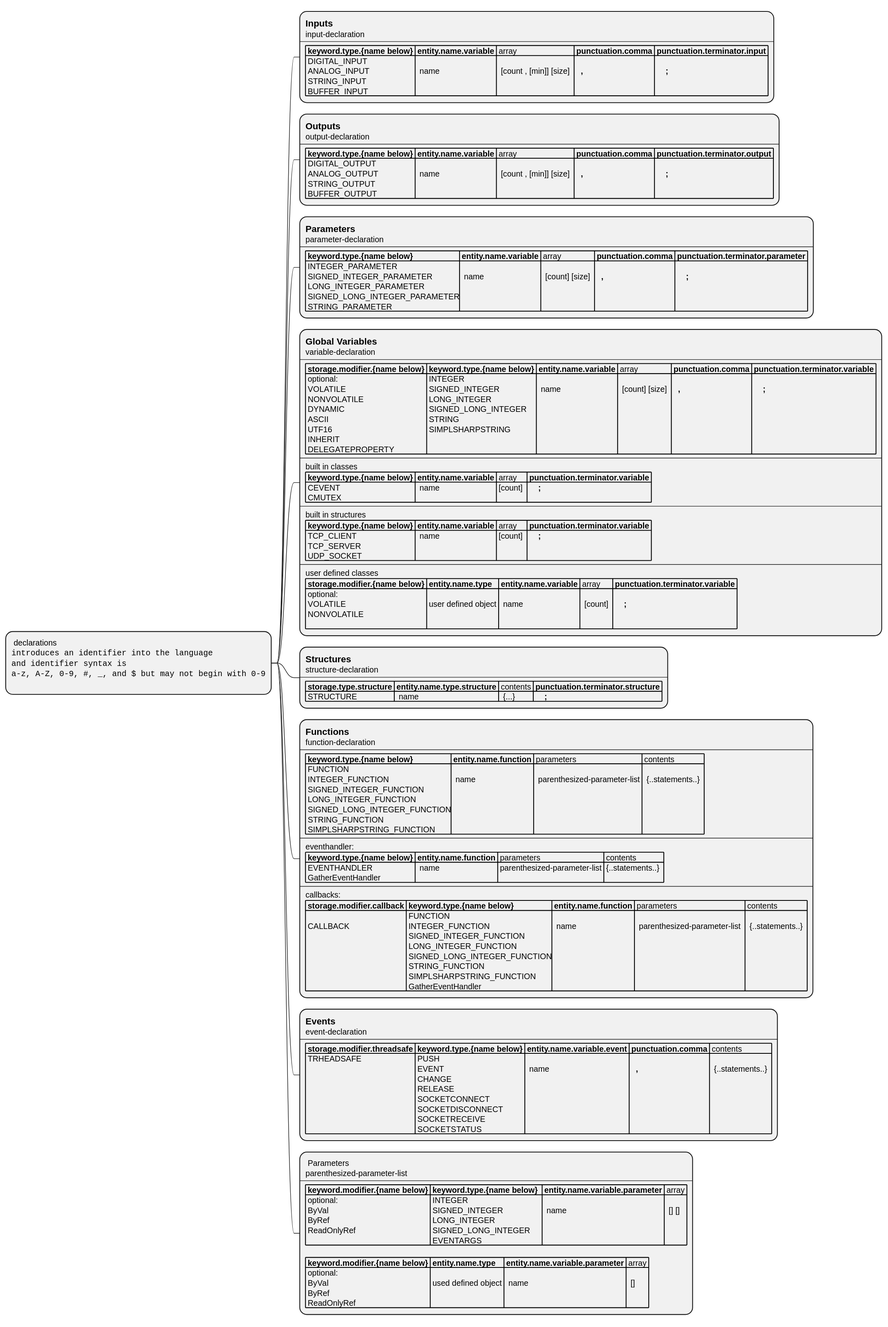
Above: UML/simpl-plus-syntax-mindmap/declarations.svg in alvaroyurrita/vscode-crestron-splus (PlantUML), before the change.
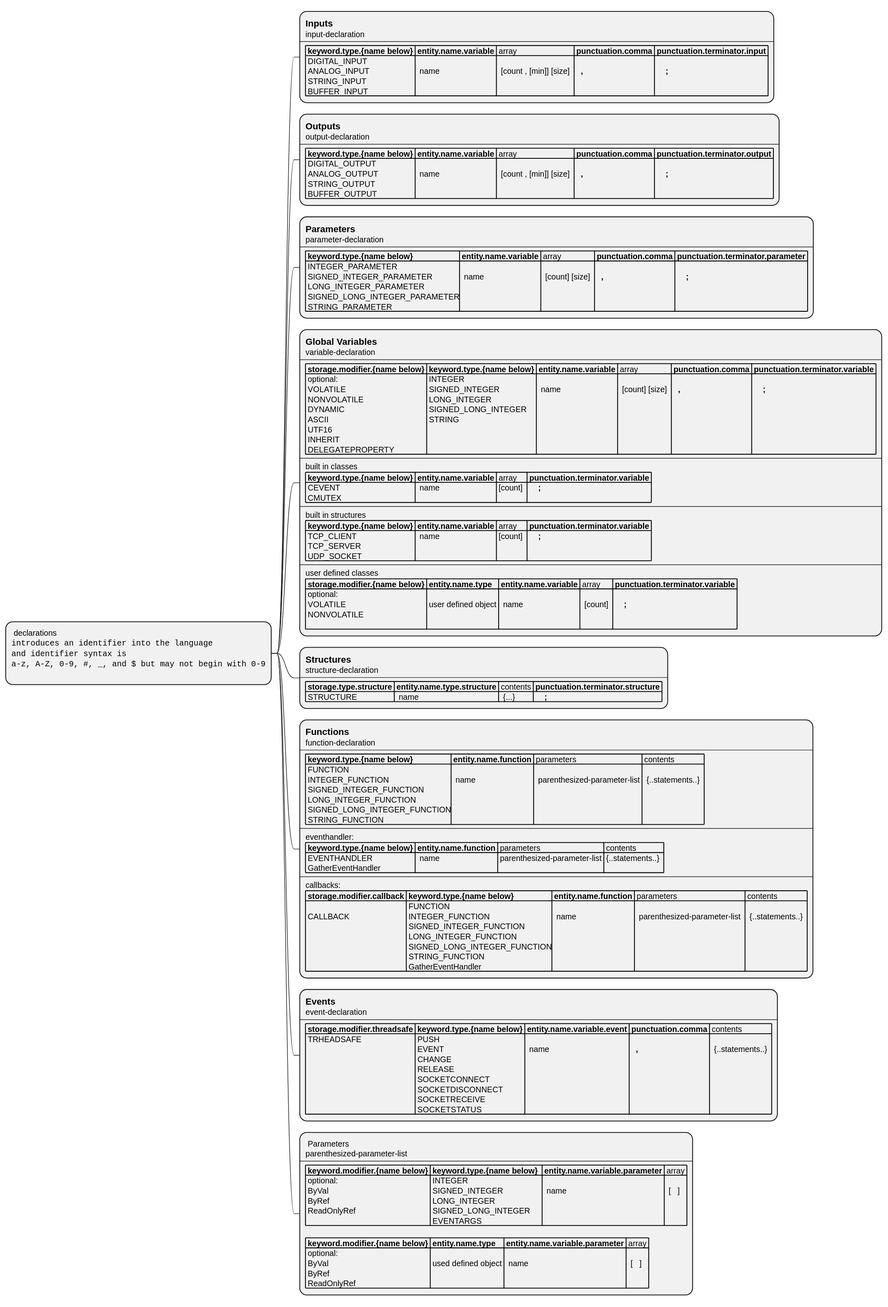
The same file after the commit.

What changed in the source:
```diff
@@ -28,7 +28,7 @@
 variable-declaration
 ----
 |= storage.modifier.{name below} |= keyword.type.{name below} |= entity.name.variable | array |= punctuation.comma |= punctuation.terminator.variable |
-| optional:\n VOLATILE\n NONVOLATILE\n DYNAMIC \n ASCII\n UTF16\n INHERIT\n DELEGATEPROPERTY | INTEGER\n SIGNED_INTEGER\n LONG_INTEGER\n SIGNED_LONG_INTEGER\n STRING\n SIMPLSHARPSTRING|  \n  name | \n  [count] [size]  |= \n   ,|=  \n     ; |
+| optional:\n VOLATILE\n NONVOLATILE\n DYNAMIC \n ASCII\n UTF16\n INHERIT\n DELEGATEPROPERTY | INTEGER\n SIGNED_INTEGER\n LONG_INTEGER\n SIGNED_LONG_INTEGER\n STRING|  \n  name | \n  [count] [size]  |= \n   ,|=  \n     ; |
 ----
 built in classes
 |= keyword.type.{name below} |= entity.name.variable | array |= punctuation.terminator.variable |
@@ -54,7 +54,7 @@
 function-declaration
 ----
 |= keyword.type.{name below} |= entity.name.function | parameters | contents |
-| FUNCTION\n INTEGER_FUNCTION\n SIGNED_INTEGER_FUNCTION\n LONG_INTEGER_FUNCTION\n SIGNED_LONG_INTEGER_FUNCTION\n STRING_FUNCTION \n SIMPLSHARPSTRING_FUNCTION  |  \n  name | \n  parenthesized-parameter-list | \n  {..statements..}  |
+| FUNCTION\n INTEGER_FUNCTION\n SIGNED_INTEGER_FUNCTION\n LONG_INTEGER_FUNCTION\n SIGNED_LONG_INTEGER_FUNCTION\n STRING_FUNCTION |  \n  name | \n  parenthesized-parameter-list | \n  {..statements..}  |
 ----
 eventhandler:
 |= keyword.type.{name below} |= entity.name.function | parameters | contents |
@@ -62,7 +62,7 @@
 ----
 callbacks:
 |= storage.modifier.callback |= keyword.type.{name below} |= entity.name.function | parameters | contents |
-| \n CALLBACK  | FUNCTION\n INTEGER_FUNCTION\n SIGNED_INTEGER_FUNCTION\n LONG_INTEGER_FUNCTION\n SIGNED_LONG_INTEGER_FUNCTION\n STRING_FUNCTION \n SIMPLSHARPSTRING_FUNCTION \n GatherEventHandler | \n  name | \n  parenthesized-parameter-list  | \n  {..statements..}  |;
+| \n CALLBACK  | FUNCTION\n INTEGER_FUNCTION\n SIGNED_INTEGER_FUNCTION\n LONG_INTEGER_FUNCTION\n SIGNED_LONG_INTEGER_FUNCTION\n STRING_FUNCTION \n GatherEventHandler | \n  name | \n  parenthesized-parameter-list  | \n  {..statements..}  |;
 
 **:== Events
 event-declaration
@@ -76,9 +76,9 @@
 parenthesized-parameter-list
 ----
 |= keyword.modifier.{name below} |= keyword.type.{name below}  |= entity.name.variable.parameter | array |
-| optional:\n ByVal\n ByRef\n ReadOnlyRef | INTEGER\n SIGNED_INTEGER\n LONG_INTEGER\n SIGNED_LONG_INTEGER\n EVENTARGS |  \n  name | \n  [] []  |
+| optional:\n ByVal\n ByRef\n ReadOnlyRef | INTEGER\n SIGNED_INTEGER\n LONG_INTEGER\n SIGNED_LONG_INTEGER\n EVENTARGS |  \n  name | \n  [   ]   |
 
 |= keyword.modifier.{name below} |= entity.name.type |= entity.name.variable.parameter | array |
-| optional:\n ByVal\n ByRef\n ReadOnlyRef | \n used defined object |  \n  name | \n  []  |;
+| optional:\n ByVal\n ByRef\n ReadOnlyRef | \n used defined object |  \n  name | \n  [   ]  |;
 
 @endmindmap
```
